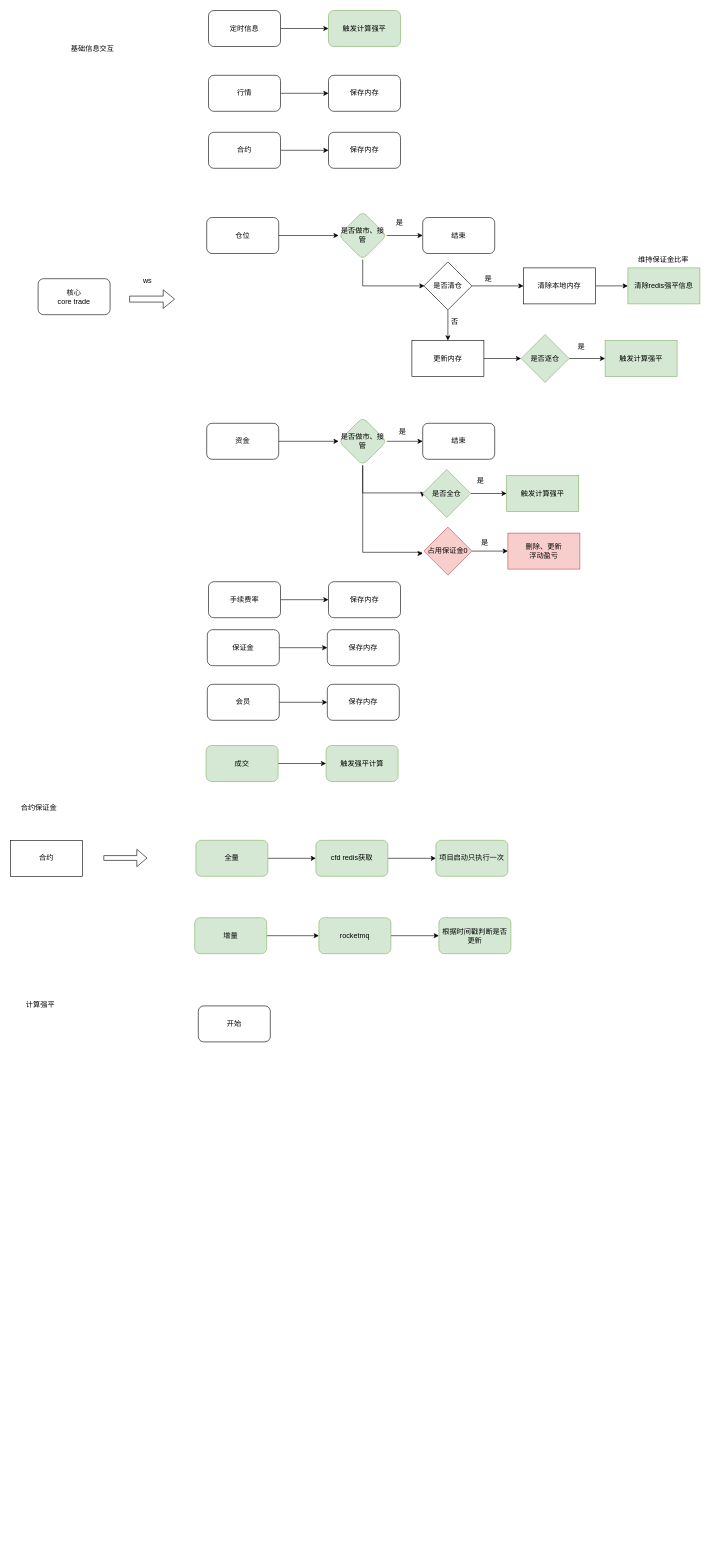
xu-xiwei/drawio keeps this draw.io diagram as 合约风险限量转U强平.drawio. Above is the earlier version. Source tidied: cells renumbered, new cells numbered last; positions are measured from the earlier drawing's top-left corner, leaving out a move shared by most shapes. Both pictures are drawn from the tidied source at 60%, with x=0, y=0 at pixel (10, 10).
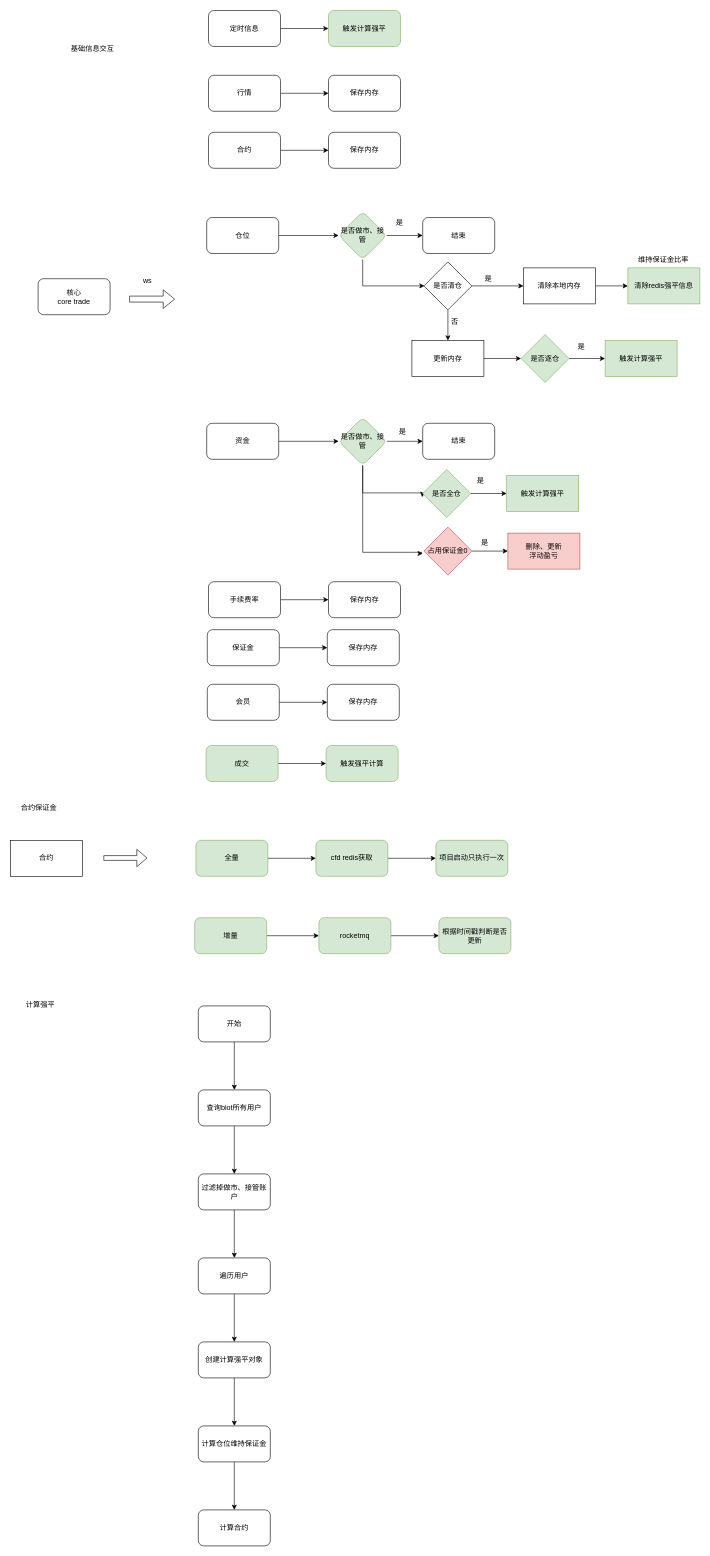
The same page after the edit.

Commit message:
更新合约风险限量转U强平.drawio

The change refers to these unchanged cells:
```xml
<mxCell id="75" value="开始" style="rounded=1;whiteSpace=wrap;html=1;" parent="1" vertex="1">
  <mxGeometry x="313" y="1659" width="120" height="60" as="geometry" />
</mxCell>
```

Diff of the diagram source:
```diff
@@
+    <mxCell id="80" style="edgeStyle=orthogonalEdgeStyle;rounded=0;jettySize=auto;html=1;" parent="1" edge="1" source="75" target="82">
+      <mxGeometry relative="1" as="geometry" />
+    </mxCell>
@@
+    <mxCell id="81" style="edgeStyle=orthogonalEdgeStyle;rounded=0;jettySize=auto;html=1;" parent="1" edge="1" source="82" target="84">
+      <mxGeometry relative="1" as="geometry" />
+    </mxCell>
+    <mxCell id="82" value="查询blot所有用户" style="whiteSpace=wrap;html=1;rounded=1;" parent="1" vertex="1">
+      <mxGeometry x="313" y="1799" width="120" height="60" as="geometry" />
+    </mxCell>
+    <mxCell id="83" style="edgeStyle=orthogonalEdgeStyle;rounded=0;jettySize=auto;html=1;" parent="1" edge="1" source="84" target="86">
+      <mxGeometry relative="1" as="geometry" />
+    </mxCell>
+    <mxCell id="84" value="过滤掉做市、接管账户" style="whiteSpace=wrap;html=1;rounded=1;" parent="1" vertex="1">
+      <mxGeometry x="313" y="1939" width="120" height="60" as="geometry" />
+    </mxCell>
+    <mxCell id="85" style="edgeStyle=orthogonalEdgeStyle;rounded=0;jettySize=auto;html=1;" parent="1" edge="1" source="86" target="88">
+      <mxGeometry relative="1" as="geometry" />
+    </mxCell>
+    <mxCell id="86" value="遍历用户" style="whiteSpace=wrap;html=1;rounded=1;" parent="1" vertex="1">
+      <mxGeometry x="313" y="2079" width="120" height="60" as="geometry" />
+    </mxCell>
+    <mxCell id="87" style="edgeStyle=orthogonalEdgeStyle;rounded=0;jettySize=auto;html=1;" parent="1" edge="1" source="88" target="90">
+      <mxGeometry relative="1" as="geometry" />
+    </mxCell>
+    <mxCell id="88" value="创建计算强平对象" style="whiteSpace=wrap;html=1;rounded=1;" parent="1" vertex="1">
+      <mxGeometry x="313" y="2219" width="120" height="60" as="geometry" />
+    </mxCell>
+    <mxCell id="89" style="edgeStyle=orthogonalEdgeStyle;rounded=0;jettySize=auto;html=1;" parent="1" edge="1" source="90" target="91">
+      <mxGeometry relative="1" as="geometry" />
+    </mxCell>
+    <mxCell id="90" value="计算仓位维持保证金" style="whiteSpace=wrap;html=1;rounded=1;" parent="1" vertex="1">
+      <mxGeometry x="313" y="2359" width="120" height="60" as="geometry" />
+    </mxCell>
+    <mxCell id="91" value="计算合约" style="whiteSpace=wrap;html=1;rounded=1;" parent="1" vertex="1">
+      <mxGeometry x="313" y="2499" width="120" height="60" as="geometry" />
+    </mxCell>
```
